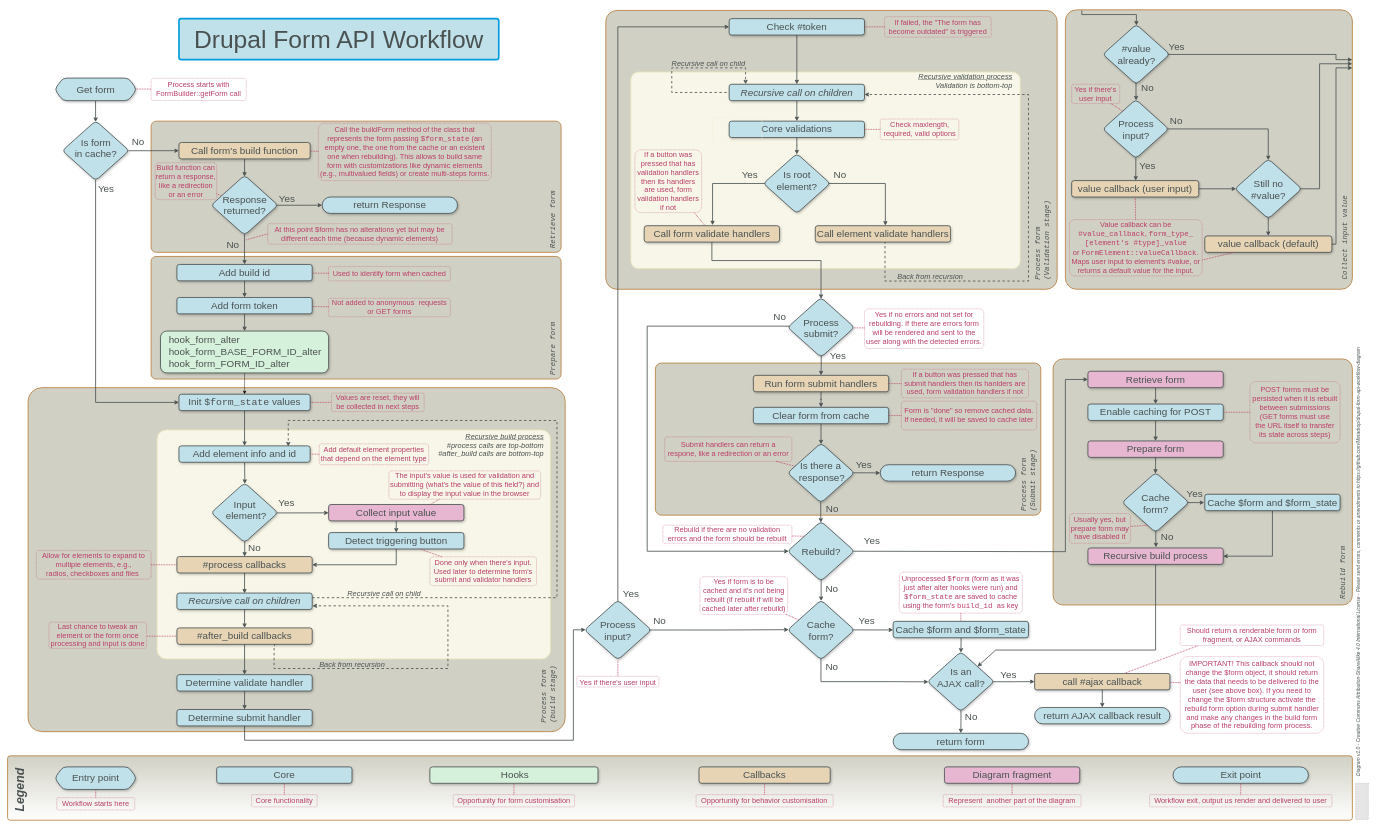
Metadrop/drupal-form-api-workflow-diagram keeps this draw.io diagram as Drupal_Form_AP_workflow.drawio. Above is the earlier version. Source tidied: cells renumbered, new cells numbered last; positions are measured from the earlier drawing's top-left corner, leaving out a move shared by most shapes. Both pictures are drawn from the tidied source at 41%, with x=0, y=0 at pixel (7, 9). Pictures stored in the file or linked from it are replaced by grey dashed boxes.
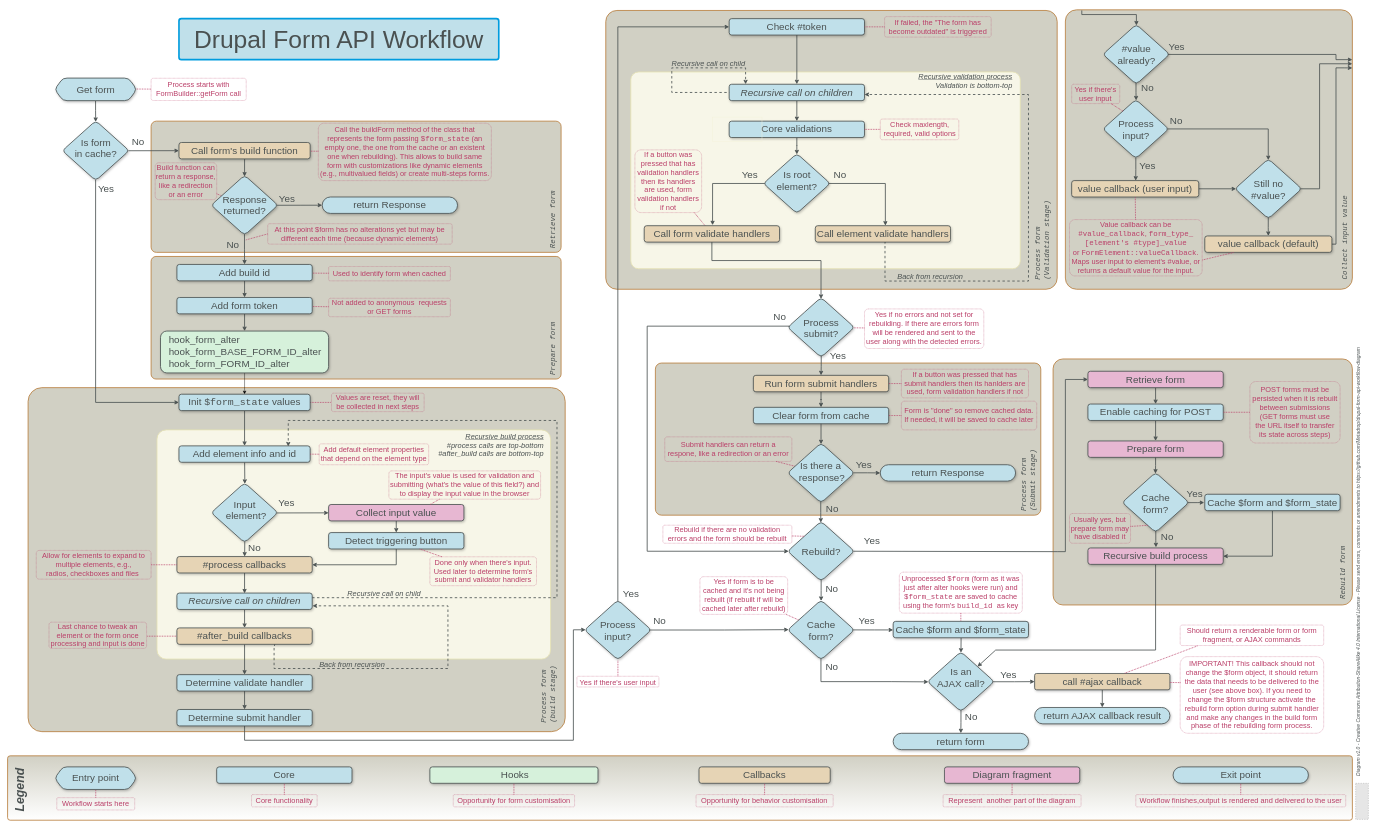
The same page after the edit.

Commit message (it also covers changes not shown here):
Fix a type on the "Exit point" element explanation

The edit, as a diff of the source:
```diff
@@
-    <mxCell id="202" value="Workflow exit, output us render and delivered to user" style="points=[[0.25,0,0],[0.5,0,0],[0.75,0,0],[1,0.25,0],[1,0.5,0],[1,0.75,0],[0.75,1,0],[0.5,1,0],[0.25,1,0],[0,0.75,0],[0,0.5,0],[0,0.25,0]];rounded=1;arcSize=10;dashed=1;strokeColor=#BA3E68;fillColor=none;gradientColor=none;dashPattern=1 1;strokeWidth=1;shadow=0;glass=0;comic=0;sketch=0;fontSize=18;fontColor=#BA3E68;whiteSpace=wrap;spacingLeft=2;spacingRight=2;" parent="1" vertex="1">
-      <mxGeometry x="2785.3" y="1914.5" width="444.7" height="30" as="geometry" />
+    <mxCell id="202" value="Workflow finishes,output is rendered and delivered to the user" style="points=[[0.25,0,0],[0.5,0,0],[0.75,0,0],[1,0.25,0],[1,0.5,0],[1,0.75,0],[0.75,1,0],[0.5,1,0],[0.25,1,0],[0,0.75,0],[0,0.5,0],[0,0.25,0]];rounded=1;arcSize=10;dashed=1;strokeColor=#BA3E68;fillColor=none;gradientColor=none;dashPattern=1 1;strokeWidth=1;shadow=0;glass=0;comic=0;sketch=0;fontSize=18;fontColor=#BA3E68;whiteSpace=wrap;spacingLeft=2;spacingRight=2;" parent="1" vertex="1">
+      <mxGeometry x="2751.7" y="1914.5" width="512" height="30" as="geometry" />
     </mxCell>
```
